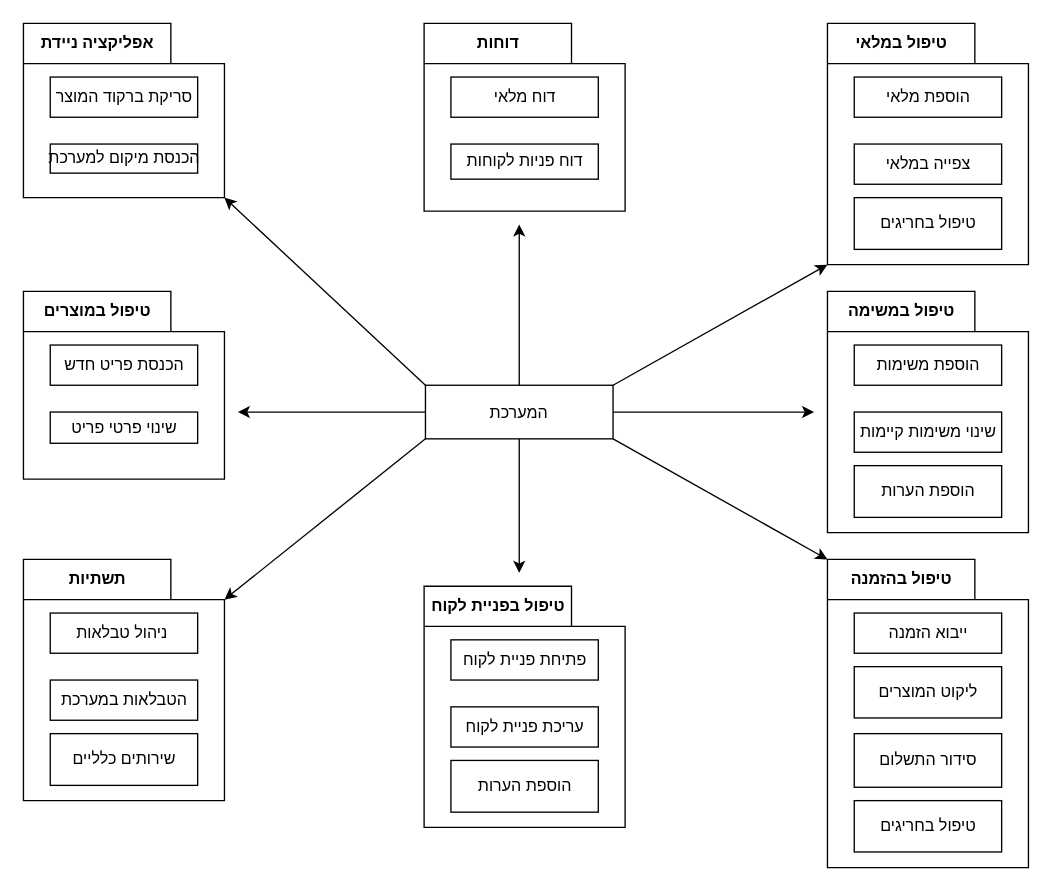
Before: maaraz.drawio in yehuditrubinstein/Full-Satck-Project, a draw.io diagram. Source tidied: cells renumbered, new cells numbered last; positions are measured from the earlier drawing's top-left corner, leaving out a move shared by most shapes. Both pictures are drawn from the tidied source at 134%, with x=0, y=0 at pixel (23, 23).
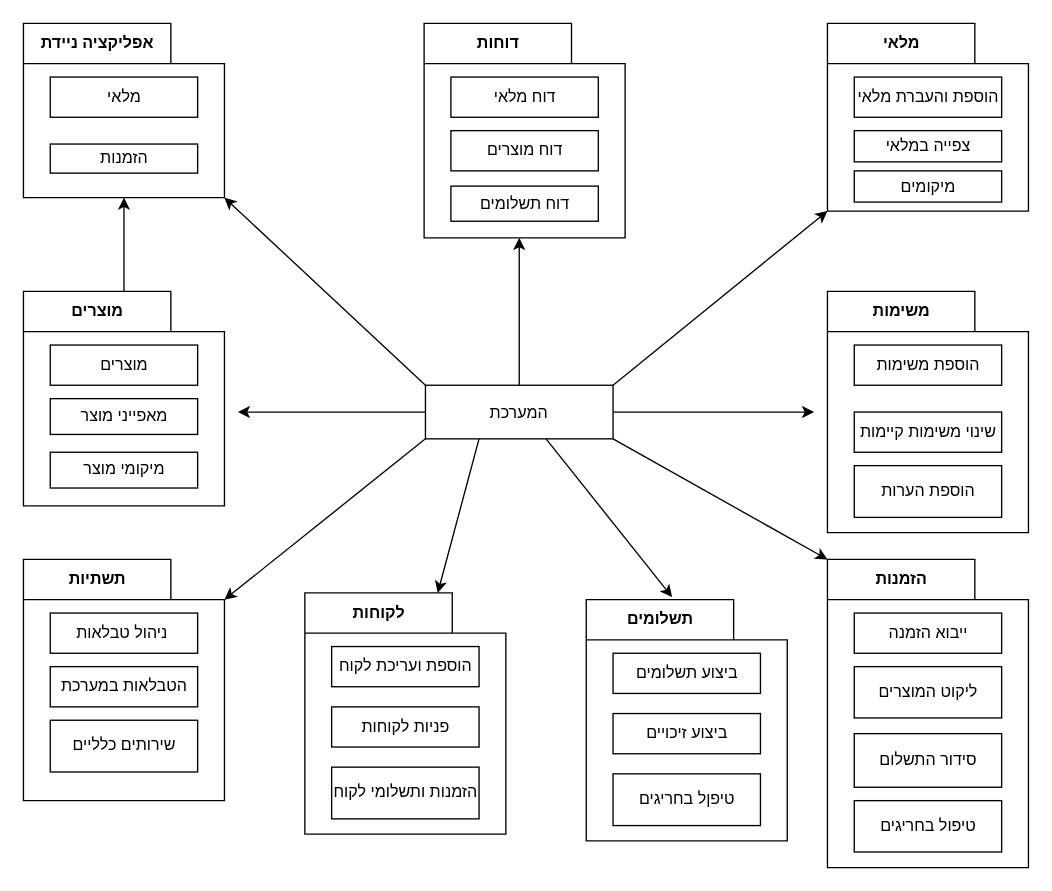
Above is the later version.

Unchanged cells that the change refers to:
```xml
<mxCell id="2" value="אפליקציה ניידת" style="shape=folder;fontStyle=1;tabWidth=110;tabHeight=30;tabPosition=left;html=1;boundedLbl=1;labelInHeader=1;" parent="1" vertex="1">
  <mxGeometry width="150" height="130" as="geometry" />
</mxCell>
<mxCell id="21" value="תשתיות" style="shape=folder;fontStyle=1;tabWidth=110;tabHeight=30;tabPosition=left;html=1;boundedLbl=1;labelInHeader=1;" parent="1" vertex="1">
  <mxGeometry y="400" width="150" height="180" as="geometry" />
</mxCell>
<mxCell id="38" value="המערכת" style="text;align=center;verticalAlign=middle;dashed=0;fillColor=#ffffff;strokeColor=#000000;" parent="1" vertex="1">
  <mxGeometry x="300" y="270" width="140" height="40" as="geometry" />
</mxCell>
```

What changed in the source:
```diff
@@
-    <mxCell id="3" value="סריקת ברקוד המוצר" style="html=1;" parent="2" vertex="1">
+    <mxCell id="3" value="מלאי" style="html=1;" parent="2" vertex="1">
       <mxGeometry width="110" height="30" relative="1" as="geometry">
         <mxPoint x="20" y="40" as="offset" />
       </mxGeometry>
     </mxCell>
-    <mxCell id="4" value="הכנסת מיקום למערכת" style="html=1;" parent="2" vertex="1">
+    <mxCell id="4" value="הזמנות" style="html=1;" parent="2" vertex="1">
       <mxGeometry x="20" y="90" width="110" height="21.7" as="geometry" />
     </mxCell>
+    <mxCell id="43" style="edgeStyle=orthogonalEdgeStyle;rounded=0;jettySize=auto;html=1;" parent="1" edge="1" source="5" target="2">
+      <mxGeometry relative="1" as="geometry" />
+    </mxCell>
-    <mxCell id="5" value="טיפול במוצרים" style="shape=folder;fontStyle=1;tabWidth=110;tabHeight=30;tabPosition=left;html=1;boundedLbl=1;labelInHeader=1;" parent="1" vertex="1">
-      <mxGeometry y="200" width="150" height="140" as="geometry" />
+    <mxCell id="5" value="מוצרים" style="shape=folder;fontStyle=1;tabWidth=110;tabHeight=30;tabPosition=left;html=1;boundedLbl=1;labelInHeader=1;" parent="1" vertex="1">
+      <mxGeometry y="200" width="150" height="160" as="geometry" />
     </mxCell>
-    <mxCell id="6" value="הכנסת פריט חדש" style="html=1;" parent="5" vertex="1">
+    <mxCell id="6" value="מוצרים" style="html=1;" parent="5" vertex="1">
       <mxGeometry width="110" height="30" relative="1" as="geometry">
         <mxPoint x="20" y="40" as="offset" />
       </mxGeometry>
     </mxCell>
-    <mxCell id="7" value="שינוי פרטי פריט" style="html=1;" parent="5" vertex="1">
-      <mxGeometry x="20" y="90" width="110" height="23.3" as="geometry" />
+    <mxCell id="7" value="מאפייני מוצר" style="html=1;" parent="5" vertex="1">
+      <mxGeometry x="20" y="80" width="110" height="26.7" as="geometry" />
     </mxCell>
+    <mxCell id="44" value="מיקומי מוצר" style="html=1;" parent="5" vertex="1">
+      <mxGeometry x="20" y="120" width="110" height="26.7" as="geometry" />
+    </mxCell>
-    <mxCell id="8" value="טיפול במלאי" style="shape=folder;fontStyle=1;tabWidth=110;tabHeight=30;tabPosition=left;html=1;boundedLbl=1;labelInHeader=1;" parent="1" vertex="1">
-      <mxGeometry x="600" width="150" height="180" as="geometry" />
+    <mxCell id="8" value="מלאי" style="shape=folder;fontStyle=1;tabWidth=110;tabHeight=30;tabPosition=left;html=1;boundedLbl=1;labelInHeader=1;" parent="1" vertex="1">
+      <mxGeometry x="600" width="150" height="140" as="geometry" />
     </mxCell>
-    <mxCell id="9" value="הוספת מלאי" style="html=1;" parent="8" vertex="1">
+    <mxCell id="9" value="הוספת והעברת מלאי" style="html=1;" parent="8" vertex="1">
       <mxGeometry width="110" height="30" relative="1" as="geometry">
         <mxPoint x="20" y="40" as="offset" />
       </mxGeometry>
     </mxCell>
-    <mxCell id="10" value="טיפול בחריגים" style="html=1;" parent="8" vertex="1">
-      <mxGeometry x="20" y="130" width="110" height="38.6" as="geometry" />
-    </mxCell>
     <mxCell id="11" value="צפייה במלאי" style="html=1;" parent="8" vertex="1">
-      <mxGeometry x="20" y="90" width="110" height="30" as="geometry" />
+      <mxGeometry x="20" y="80" width="110" height="23.3" as="geometry" />
     </mxCell>
+    <mxCell id="45" value="מיקומים" style="html=1;" parent="8" vertex="1">
+      <mxGeometry x="20" y="110" width="110" height="23.3" as="geometry" />
+    </mxCell>
-    <mxCell id="12" value="טיפול במשימה" style="shape=folder;fontStyle=1;tabWidth=110;tabHeight=30;tabPosition=left;html=1;boundedLbl=1;labelInHeader=1;" parent="1" vertex="1">
+    <mxCell id="12" value="משימות" style="shape=folder;fontStyle=1;tabWidth=110;tabHeight=30;tabPosition=left;html=1;boundedLbl=1;labelInHeader=1;" parent="1" vertex="1">
       <mxGeometry x="600" y="200" width="150" height="180" as="geometry" />
     </mxCell>
@@
-    <mxCell id="16" value="טיפול בהזמנה" style="shape=folder;fontStyle=1;tabWidth=110;tabHeight=30;tabPosition=left;html=1;boundedLbl=1;labelInHeader=1;" parent="1" vertex="1">
+    <mxCell id="16" value="הזמנות" style="shape=folder;fontStyle=1;tabWidth=110;tabHeight=30;tabPosition=left;html=1;boundedLbl=1;labelInHeader=1;" parent="1" vertex="1">
       <mxGeometry x="600" y="400" width="150" height="230" as="geometry" />
     </mxCell>
@@
     <mxCell id="23" value="שירותים כלליים" style="html=1;" parent="21" vertex="1">
-      <mxGeometry x="20" y="130" width="110" height="38.6" as="geometry" />
+      <mxGeometry x="20" y="120" width="110" height="38.6" as="geometry" />
     </mxCell>
     <mxCell id="24" value="הטבלאות במערכת" style="html=1;" parent="21" vertex="1">
-      <mxGeometry x="20" y="90" width="110" height="30" as="geometry" />
+      <mxGeometry x="20" y="80" width="110" height="30" as="geometry" />
     </mxCell>
-    <mxCell id="25" value="טיפול בפניית לקוח" style="shape=folder;fontStyle=1;tabWidth=110;tabHeight=30;tabPosition=left;html=1;boundedLbl=1;labelInHeader=1;" parent="1" vertex="1">
-      <mxGeometry x="299" y="420" width="150" height="180" as="geometry" />
+    <mxCell id="25" value="לקוחות" style="shape=folder;fontStyle=1;tabWidth=110;tabHeight=30;tabPosition=left;html=1;boundedLbl=1;labelInHeader=1;" parent="1" vertex="1">
+      <mxGeometry x="210" y="425" width="150" height="180" as="geometry" />
     </mxCell>
-    <mxCell id="26" value="פתיחת פניית לקוח" style="html=1;" parent="25" vertex="1">
+    <mxCell id="26" value="הוספת ועריכת לקוח" style="html=1;" parent="25" vertex="1">
       <mxGeometry width="110" height="30" relative="1" as="geometry">
         <mxPoint x="20" y="40" as="offset" />
       </mxGeometry>
     </mxCell>
-    <mxCell id="27" value="הוספת הערות" style="html=1;" parent="25" vertex="1">
+    <mxCell id="27" value="הזמנות ותשלומי לקוח" style="html=1;" parent="25" vertex="1">
       <mxGeometry x="20" y="130" width="110" height="38.6" as="geometry" />
     </mxCell>
-    <mxCell id="28" value="עריכת פניית לקוח" style="html=1;" parent="25" vertex="1">
-      <mxGeometry x="20" y="90" width="110" height="30" as="geometry" />
+    <mxCell id="28" value="פניות לקוחות" style="html=1;" parent="25" vertex="1">
+      <mxGeometry x="20" y="85" width="110" height="30" as="geometry" />
     </mxCell>
     <mxCell id="29" value="דוחות" style="shape=folder;fontStyle=1;tabWidth=110;tabHeight=30;tabPosition=left;html=1;boundedLbl=1;labelInHeader=1;" parent="1" vertex="1">
-      <mxGeometry x="299" width="150" height="140" as="geometry" />
+      <mxGeometry x="299" width="150" height="160" as="geometry" />
     </mxCell>
@@
-    <mxCell id="31" value="דוח פניות לקוחות" style="html=1;" parent="29" vertex="1">
-      <mxGeometry x="20" y="90" width="110" height="26.2" as="geometry" />
+    <mxCell id="31" value="דוח מוצרים" style="html=1;" parent="29" vertex="1">
+      <mxGeometry x="20" y="80" width="110" height="30" as="geometry" />
     </mxCell>
+    <mxCell id="46" value="דוח תשלומים" style="html=1;" parent="29" vertex="1">
+      <mxGeometry x="20" y="121.4" width="110" height="26.2" as="geometry" />
+    </mxCell>
@@
     <mxCell id="36" style="edgeStyle=orthogonalEdgeStyle;rounded=0;jettySize=auto;html=1;" parent="1" edge="1" source="38">
       <mxGeometry relative="1" as="geometry">
-        <mxPoint x="370" y="150" as="targetPoint" />
+        <mxPoint x="370" y="160" as="targetPoint" />
       </mxGeometry>
     </mxCell>
-    <mxCell id="37" style="edgeStyle=orthogonalEdgeStyle;rounded=0;jettySize=auto;html=1;" parent="1" edge="1" source="38">
-      <mxGeometry relative="1" as="geometry">
-        <mxPoint x="370" y="410" as="targetPoint" />
-      </mxGeometry>
-    </mxCell>
@@
-    <mxCell id="39" style="endArrow=classic;html=1;exitX=1;exitY=0;exitDx=0;exitDy=0;entryX=0;entryY=0;entryDx=0;entryDy=180;entryPerimeter=0;" parent="1" edge="1" source="38" target="8">
+    <mxCell id="39" style="endArrow=classic;html=1;exitX=1;exitY=0;exitDx=0;exitDy=0;entryX=0;entryY=0;entryDx=0;entryDy=140;entryPerimeter=0;" parent="1" edge="1" source="38" target="8">
       <mxGeometry relative="1" as="geometry" />
     </mxCell>
@@
+    <mxCell id="47" value="תשלומים" style="shape=folder;fontStyle=1;tabWidth=110;tabHeight=30;tabPosition=left;html=1;boundedLbl=1;labelInHeader=1;" parent="1" vertex="1">
+      <mxGeometry x="420" y="430" width="150" height="180" as="geometry" />
+    </mxCell>
+    <mxCell id="48" value="ביצוע תשלומים" style="html=1;" parent="47" vertex="1">
+      <mxGeometry width="110" height="30" relative="1" as="geometry">
+        <mxPoint x="20" y="40" as="offset" />
+      </mxGeometry>
+    </mxCell>
+    <mxCell id="49" value="טיפןל בחריגים" style="html=1;" parent="47" vertex="1">
+      <mxGeometry x="20" y="130" width="110" height="38.6" as="geometry" />
+    </mxCell>
+    <mxCell id="50" value="ביצוע זיכויים" style="html=1;" parent="47" vertex="1">
+      <mxGeometry x="20" y="85" width="110" height="30" as="geometry" />
+    </mxCell>
+    <mxCell id="51" style="endArrow=classic;html=1;exitX=1;exitY=1;exitDx=0;exitDy=0;entryX=0.427;entryY=-0.011;entryDx=0;entryDy=0;entryPerimeter=0;" parent="1" edge="1" target="47">
+      <mxGeometry relative="1" as="geometry">
+        <mxPoint x="390" y="310" as="sourcePoint" />
+      </mxGeometry>
+    </mxCell>
+    <mxCell id="52" style="endArrow=classic;html=1;exitX=1;exitY=1;exitDx=0;exitDy=0;" parent="1" edge="1" target="25">
+      <mxGeometry relative="1" as="geometry">
+        <mxPoint x="340" y="310" as="sourcePoint" />
+      </mxGeometry>
+    </mxCell>
```
